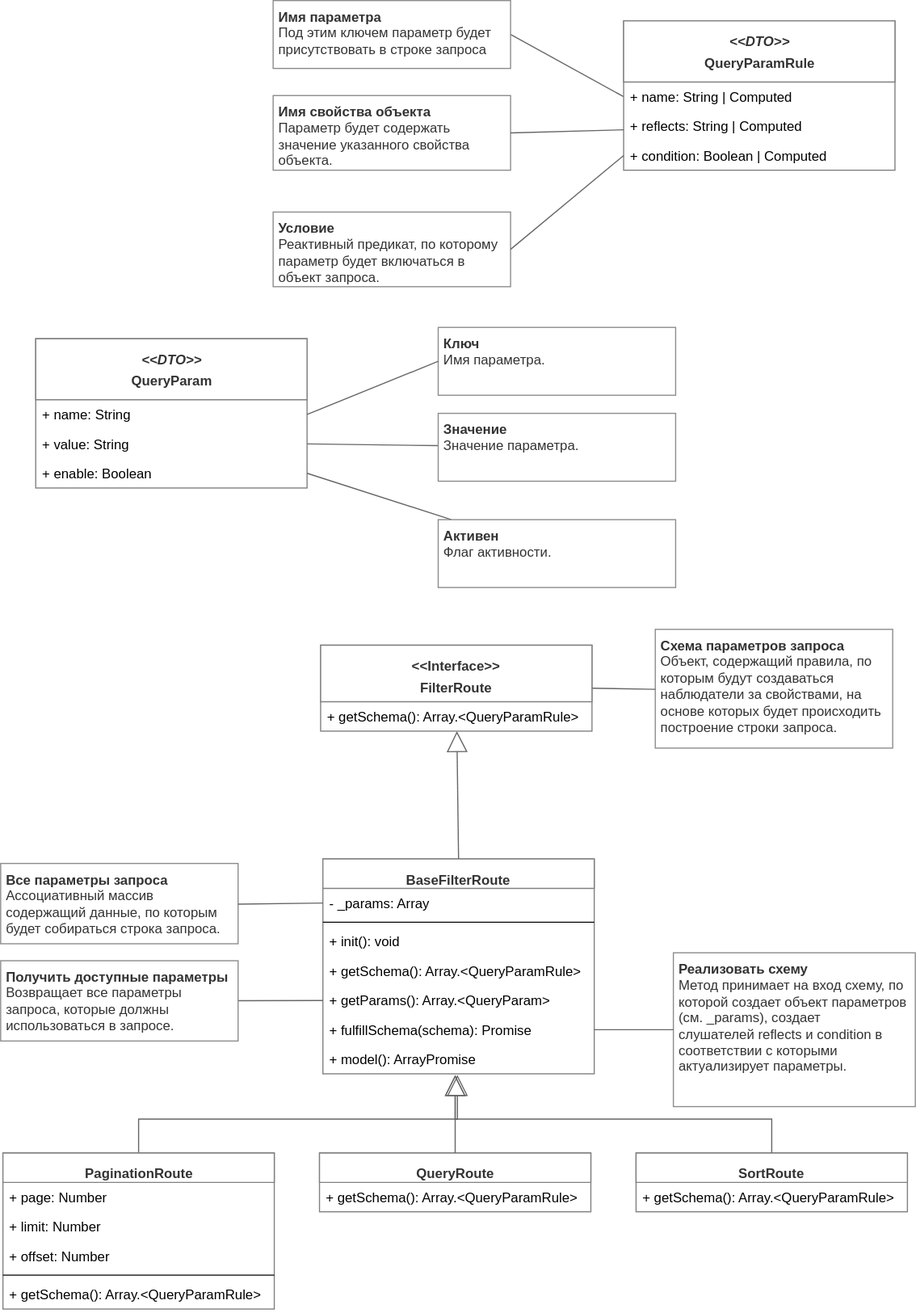
The draw.io diagram filters.svg in ajile/draw-io, before a commit. Source tidied: cells renumbered, new cells last; positions are measured from the earlier drawing's top-left corner, leaving out a move shared by most shapes.
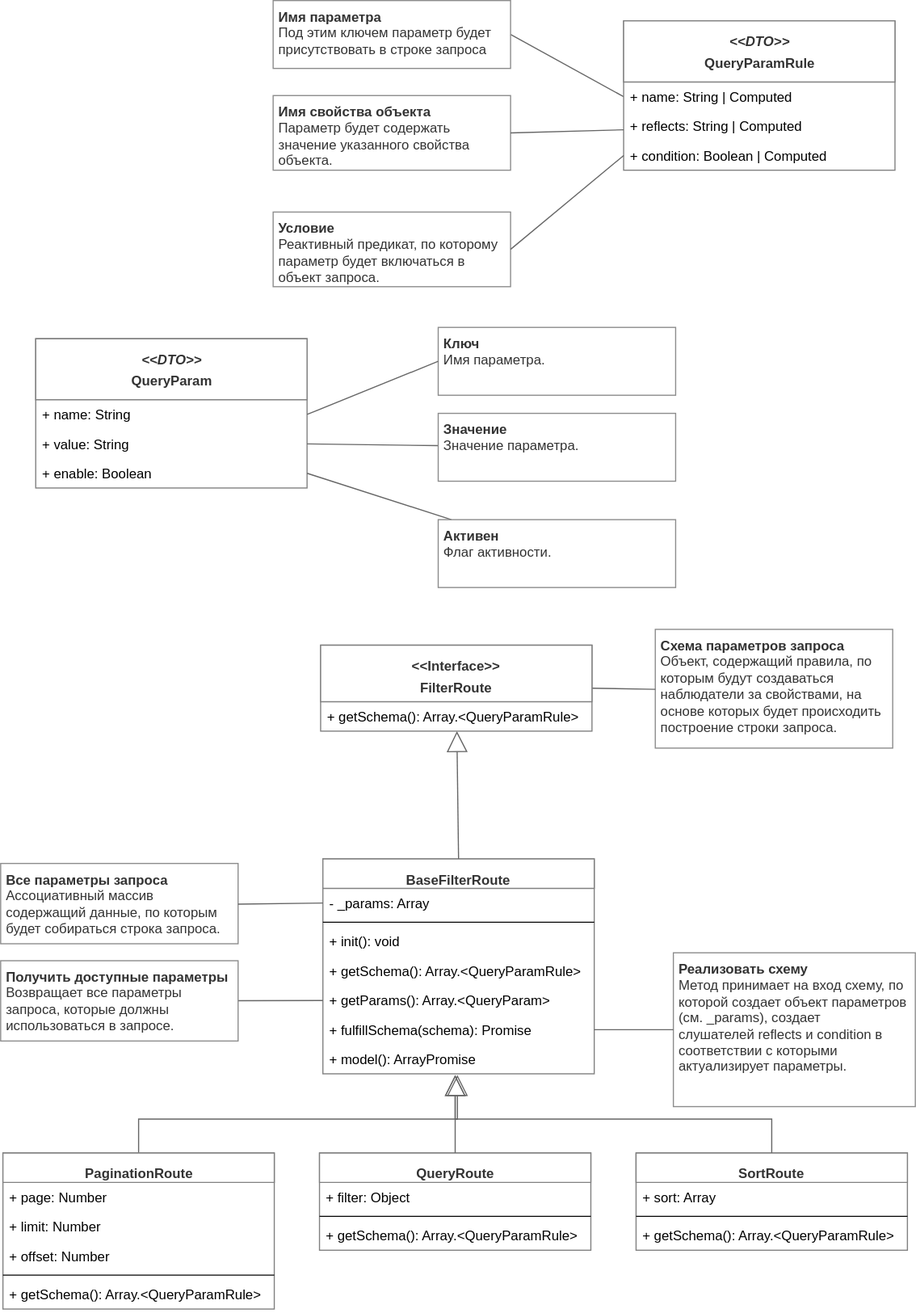
After the commit.

Diff of the diagram source:
```diff
@@ -141,16 +141,28 @@
       <mxGeometry y="112" width="240" height="26" as="geometry" />
     </mxCell>
     <mxCell id="48" value="&lt;font style=&quot;font-size: 12px&quot; color=&quot;#333333&quot;&gt;QueryRoute&lt;/font&gt;" style="swimlane;fontStyle=1;align=center;verticalAlign=top;horizontal=1;startSize=26;swimlaneFillColor=#ffffff;strokeColor=#808080;fontSize=16;fontColor=#808080;html=1;" parent="1" vertex="1">
-      <mxGeometry x="282" y="1019" width="240" height="52" as="geometry" />
+      <mxGeometry x="282" y="1019" width="240" height="86" as="geometry" />
     </mxCell>
+    <mxCell id="54" value="+ filter: Object" style="text;strokeColor=none;fillColor=none;align=left;verticalAlign=top;spacingLeft=4;spacingRight=4;overflow=hidden;" parent="48" vertex="1">
+      <mxGeometry y="26" width="240" height="26" as="geometry" />
+    </mxCell>
+    <mxCell id="55" style="line;strokeWidth=1;fillColor=none;align=left;verticalAlign=middle;spacingTop=-1;spacingLeft=3;spacingRight=3;labelPosition=right;" parent="48" vertex="1">
+      <mxGeometry y="52" width="240" height="8" as="geometry" />
+    </mxCell>
     <mxCell id="49" value="+ getSchema(): Array.&lt;QueryParamRule&gt;" style="text;strokeColor=none;fillColor=none;align=left;verticalAlign=top;spacingLeft=4;spacingRight=4;overflow=hidden;" parent="48" vertex="1">
-      <mxGeometry y="26" width="240" height="26" as="geometry" />
+      <mxGeometry y="60" width="240" height="26" as="geometry" />
     </mxCell>
     <mxCell id="50" value="&lt;font style=&quot;font-size: 12px&quot; color=&quot;#333333&quot;&gt;SortRoute&lt;/font&gt;" style="swimlane;fontStyle=1;align=center;verticalAlign=top;horizontal=1;startSize=26;swimlaneFillColor=#ffffff;strokeColor=#808080;fontSize=16;fontColor=#808080;html=1;" parent="1" vertex="1">
-      <mxGeometry x="562" y="1019" width="240" height="52" as="geometry" />
+      <mxGeometry x="562" y="1019" width="240" height="86" as="geometry" />
     </mxCell>
+    <mxCell id="56" value="+ sort: Array" style="text;strokeColor=none;fillColor=none;align=left;verticalAlign=top;spacingLeft=4;spacingRight=4;overflow=hidden;" parent="50" vertex="1">
+      <mxGeometry y="26" width="240" height="26" as="geometry" />
+    </mxCell>
+    <mxCell id="57" style="line;strokeWidth=1;fillColor=none;align=left;verticalAlign=middle;spacingTop=-1;spacingLeft=3;spacingRight=3;labelPosition=right;" parent="50" vertex="1">
+      <mxGeometry y="52" width="240" height="8" as="geometry" />
+    </mxCell>
     <mxCell id="51" value="+ getSchema(): Array.&lt;QueryParamRule&gt;" style="text;strokeColor=none;fillColor=none;align=left;verticalAlign=top;spacingLeft=4;spacingRight=4;overflow=hidden;" parent="50" vertex="1">
-      <mxGeometry y="26" width="240" height="26" as="geometry" />
+      <mxGeometry y="60" width="240" height="26" as="geometry" />
     </mxCell>
     <mxCell id="52" style="edgeStyle=orthogonalEdgeStyle;rounded=0;html=1;entryX=0.5;entryY=0;startArrow=block;startFill=0;startSize=16;endArrow=none;endFill=0;endSize=16;jettySize=auto;strokeColor=#666666;strokeWidth=1;fontSize=12;fontColor=#333333;exitX=0.496;exitY=1.038;exitPerimeter=0;" parent="1" edge="1" source="10" target="48">
       <mxGeometry relative="1" as="geometry" />
```
